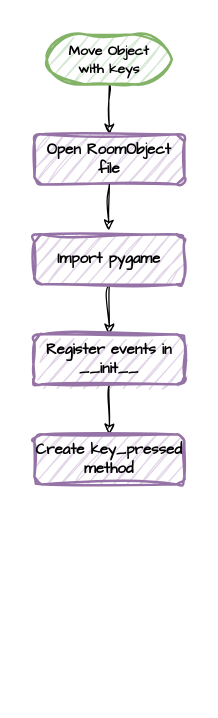
Before: page "Objects move with keys" (6 of 7) of assets/Designing in GameFrame.drawio in DamoM73/space-rescue-tutorials, a draw.io diagram. Source tidied: cells renumbered, new cells numbered last; positions are measured from the earlier drawing's top-left corner, leaving out a move shared by most shapes. Both pictures are drawn from the tidied source at 125%, with x=0, y=0 at pixel (34, 34).
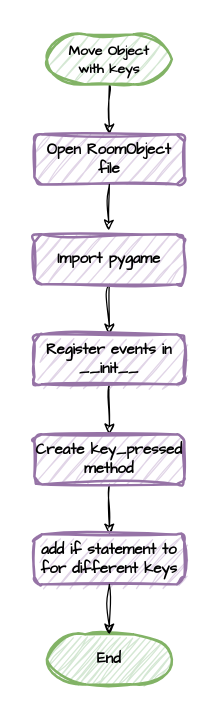
After the change.

Diff of the diagram source:
```diff
@@
 <mxGraphModel>
   <root>
     <mxCell id="0" />
     <mxCell id="1" parent="0" />
+    <mxCell id="11" style="rounded=0;whiteSpace=wrap;html=1;hachureGap=4;fontFamily=Architects Daughter;strokeColor=none;" parent="1" vertex="1">
+      <mxGeometry x="-10" y="-10" width="140" height="540" as="geometry" />
+    </mxCell>
     <mxCell id="2" style="edgeStyle=orthogonalEdgeStyle;rounded=0;sketch=1;jiggle=2;curveFitting=1;jettySize=auto;html=1;exitX=0.5;exitY=1;exitDx=0;exitDy=0;exitPerimeter=0;entryX=0.5;entryY=0;entryDx=0;entryDy=0;strokeColor=default;align=center;verticalAlign=middle;fontFamily=Comic Sans MS;fontSize=11;fontColor=default;fontStyle=1;labelBackgroundColor=none;endArrow=classic;" parent="1" edge="1" source="3" target="4">
       <mxGeometry relative="1" as="geometry" />
     </mxCell>
     <mxCell id="3" value="Move Object&lt;div&gt;with keys&lt;/div&gt;" style="strokeWidth=2;html=1;shape=mxgraph.flowchart.terminator;whiteSpace=wrap;fillColor=#d5e8d4;strokeColor=#82b366;fontFamily=Comic Sans MS;fontStyle=1;sketch=1;curveFitting=1;jiggle=2;align=center;verticalAlign=middle;fontSize=11;fontColor=default;labelBackgroundColor=none;" parent="1" vertex="1">
       <mxGeometry x="10" width="100" height="40" as="geometry" />
     </mxCell>
     <mxCell id="4" value="Open RoomObject file" style="rounded=1;whiteSpace=wrap;html=1;strokeWidth=2;fontFamily=Comic Sans MS;fontSize=12;fillColor=#e1d5e7;strokeColor=#9673a6;fontStyle=1;glass=0;sketch=1;curveFitting=1;jiggle=2;align=center;verticalAlign=middle;fontColor=default;labelBackgroundColor=none;" parent="1" vertex="1">
       <mxGeometry y="80" width="120" height="40" as="geometry" />
     </mxCell>
     <mxCell id="5" style="edgeStyle=orthogonalEdgeStyle;rounded=0;sketch=1;jiggle=2;curveFitting=1;jettySize=auto;html=1;exitX=0.5;exitY=1;exitDx=0;exitDy=0;entryX=0.5;entryY=0;entryDx=0;entryDy=0;strokeColor=default;align=center;verticalAlign=middle;fontFamily=Comic Sans MS;fontSize=11;fontColor=default;fontStyle=1;labelBackgroundColor=none;endArrow=classic;" parent="1" edge="1" source="6" target="9">
       <mxGeometry relative="1" as="geometry" />
     </mxCell>
     <mxCell id="6" value="Import pygame" style="rounded=1;whiteSpace=wrap;html=1;strokeWidth=2;fontFamily=Comic Sans MS;fontSize=12;fillColor=#e1d5e7;strokeColor=#9673a6;fontStyle=1;glass=0;sketch=1;curveFitting=1;jiggle=2;align=center;verticalAlign=middle;fontColor=default;labelBackgroundColor=none;" parent="1" vertex="1">
       <mxGeometry y="160" width="120" height="40" as="geometry" />
     </mxCell>
     <mxCell id="7" style="edgeStyle=orthogonalEdgeStyle;rounded=0;sketch=1;jiggle=2;curveFitting=1;jettySize=auto;html=1;exitX=0.5;exitY=1;exitDx=0;exitDy=0;entryX=0.496;entryY=-0.079;entryDx=0;entryDy=0;entryPerimeter=0;strokeColor=default;align=center;verticalAlign=middle;fontFamily=Comic Sans MS;fontSize=11;fontColor=default;fontStyle=1;labelBackgroundColor=none;endArrow=classic;" parent="1" edge="1" source="4" target="6">
       <mxGeometry relative="1" as="geometry" />
     </mxCell>
     <mxCell id="8" style="edgeStyle=orthogonalEdgeStyle;rounded=0;sketch=1;jiggle=2;curveFitting=1;jettySize=auto;html=1;exitX=0.5;exitY=1;exitDx=0;exitDy=0;entryX=0.5;entryY=0;entryDx=0;entryDy=0;strokeColor=default;align=center;verticalAlign=middle;fontFamily=Comic Sans MS;fontSize=11;fontColor=default;fontStyle=1;labelBackgroundColor=none;endArrow=classic;" parent="1" edge="1" source="9" target="10">
       <mxGeometry relative="1" as="geometry" />
     </mxCell>
     <mxCell id="9" value="Register events in __init__" style="rounded=1;whiteSpace=wrap;html=1;strokeWidth=2;fontFamily=Comic Sans MS;fontSize=12;fillColor=#e1d5e7;strokeColor=#9673a6;fontStyle=1;glass=0;sketch=1;curveFitting=1;jiggle=2;align=center;verticalAlign=middle;fontColor=default;labelBackgroundColor=none;" parent="1" vertex="1">
       <mxGeometry y="240" width="120" height="40" as="geometry" />
     </mxCell>
+    <mxCell id="12" style="edgeStyle=orthogonalEdgeStyle;rounded=0;sketch=1;hachureGap=4;jiggle=2;curveFitting=1;jettySize=auto;html=1;fontFamily=Architects Daughter;" parent="1" edge="1" source="10" target="13">
+      <mxGeometry relative="1" as="geometry" />
+    </mxCell>
     <mxCell id="10" value="Create key_pressed method" style="rounded=1;whiteSpace=wrap;html=1;strokeWidth=2;fontFamily=Comic Sans MS;fontSize=12;fillColor=#e1d5e7;strokeColor=#9673a6;fontStyle=1;glass=0;sketch=1;curveFitting=1;jiggle=2;align=center;verticalAlign=middle;fontColor=default;labelBackgroundColor=none;" parent="1" vertex="1">
       <mxGeometry y="320" width="120" height="40" as="geometry" />
     </mxCell>
+    <mxCell id="13" value="add if statement to for different keys" style="rounded=1;whiteSpace=wrap;html=1;strokeWidth=2;fontFamily=Comic Sans MS;fontSize=12;fillColor=#e1d5e7;strokeColor=#9673a6;fontStyle=1;glass=0;sketch=1;curveFitting=1;jiggle=2;align=center;verticalAlign=middle;fontColor=default;labelBackgroundColor=none;" parent="1" vertex="1">
+      <mxGeometry y="400" width="120" height="40" as="geometry" />
+    </mxCell>
+    <mxCell id="14" value="End" style="strokeWidth=2;html=1;shape=mxgraph.flowchart.terminator;whiteSpace=wrap;fillColor=#d5e8d4;strokeColor=#82b366;fontFamily=Comic Sans MS;fontStyle=1;sketch=1;curveFitting=1;jiggle=2;hachureGap=4;" parent="1" vertex="1">
+      <mxGeometry x="10" y="480" width="100" height="40" as="geometry" />
+    </mxCell>
+    <mxCell id="15" style="edgeStyle=orthogonalEdgeStyle;rounded=0;sketch=1;hachureGap=4;jiggle=2;curveFitting=1;jettySize=auto;html=1;exitX=0.5;exitY=1;exitDx=0;exitDy=0;entryX=0.5;entryY=0;entryDx=0;entryDy=0;entryPerimeter=0;fontFamily=Architects Daughter;" parent="1" edge="1" source="13" target="14">
+      <mxGeometry relative="1" as="geometry" />
+    </mxCell>
   </root>
 </mxGraphModel>
```
